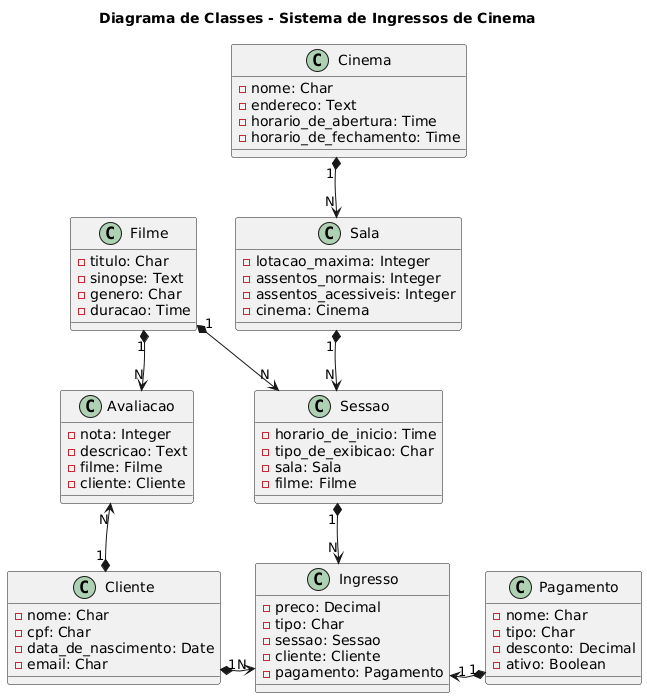
Earlier version of the PlantUML export Sistema de Ingressos de Cinema.png (GabrielFleischmann/Backend-Sistema-de-Ingressos-de-Cinema).
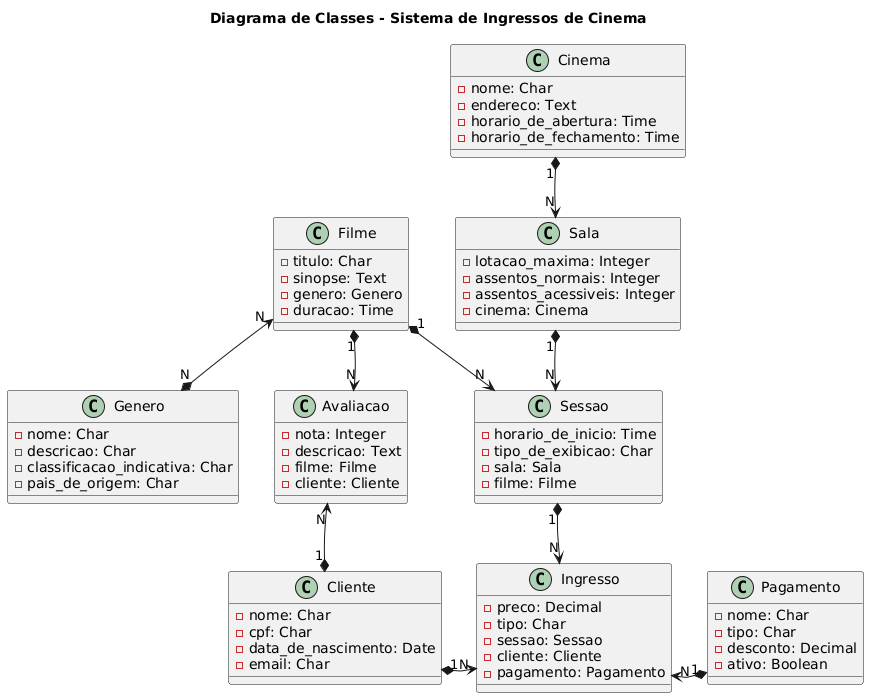
Above is the later version.

Commit message:
Adição da wallet

Change to the diagram source:
```diff
@@ -25,7 +25,7 @@
 class Filme {
   -titulo: Char
   -sinopse: Text
-  -genero: Char
+  -genero: Genero
   -duracao: Time
 }
 
@@ -58,14 +58,21 @@
   -ativo: Boolean
 }
 
+class Genero {
+  -nome: Char
+  -descricao: Char
+  -classificacao_indicativa: Char
+  -pais_de_origem: Char
+}
 Cinema "1"*--> "N" Sala
 Sala "1"*--> "N" Sessao
 Sessao "1"*--> "N" Ingresso
 Filme "1"*--> "N" Sessao
-Pagamento "1"*--> "1" Ingresso
+Pagamento "1"*--> "N" Ingresso
 Cliente "1"*--> "N" Ingresso
 Avaliacao "N"<--* "1" Cliente
 Avaliacao "N"<--* "1" Filme
+Filme "N" <--* "N" Genero
 
 
 Cinema -[hidden]down-> Sala
@@ -76,4 +83,5 @@
 Avaliacao -[hidden]up-> Filme
 Sala -[hidden]left->Filme
 Ingresso -[hidden]right->Pagamento
+Filme -[hidden]up->Genero
 @enduml
```
